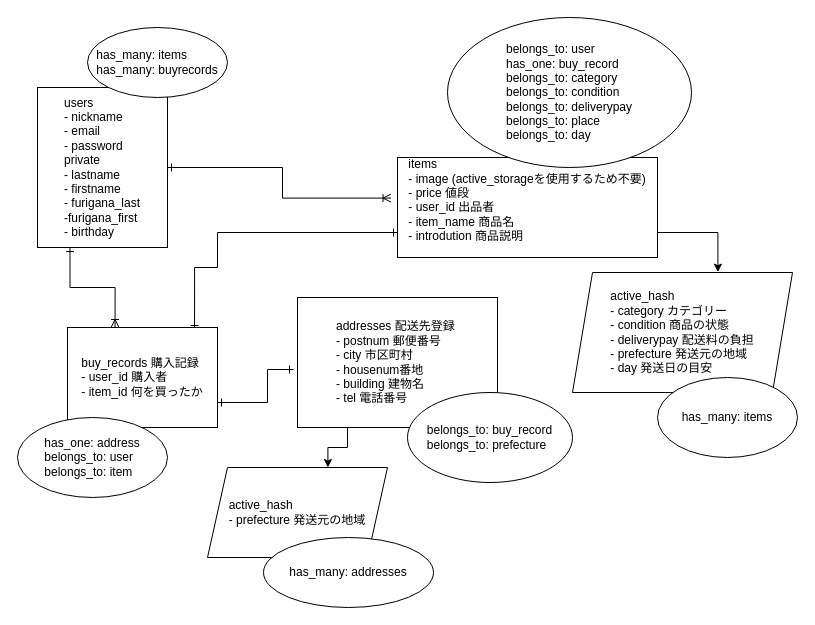
The draw.io diagram furima.dio in okan08/furima-28625, before the edit. Source tidied: cells renumbered, new cells numbered last; positions are measured from the earlier drawing's top-left corner, leaving out a move shared by most shapes. Both pictures are drawn from the tidied source at 100%, with x=0, y=0 at pixel (17, 17).
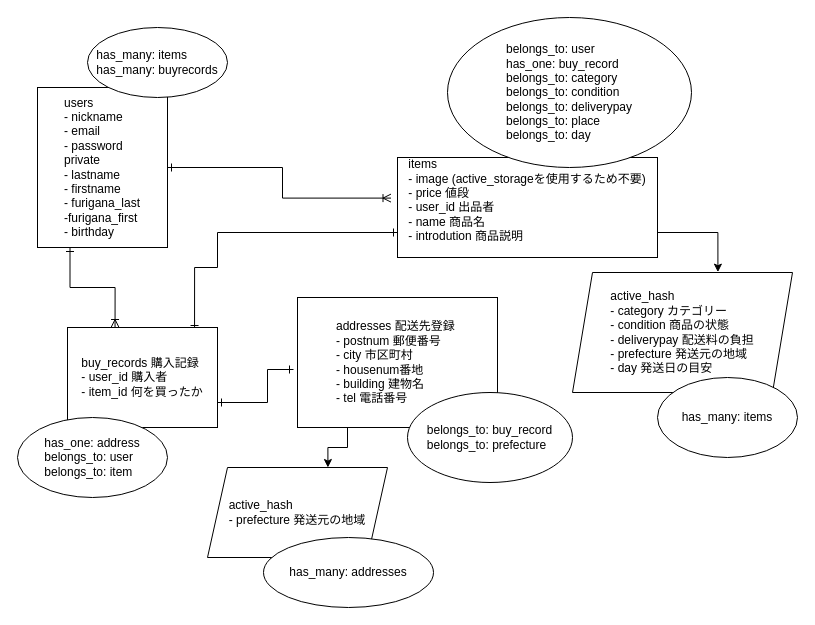
Above is the later version.

Commit message (it also covers changes not shown here):
テーブル設計修正７

The edit, as a diff of the source:
```diff
@@
-    <mxCell id="7" value="&lt;div style=&quot;text-align: justify&quot;&gt;items&lt;/div&gt;&lt;div style=&quot;text-align: justify&quot;&gt;&lt;span&gt;- image (active_storageを使用するため不要)&lt;/span&gt;&lt;/div&gt;&lt;div style=&quot;text-align: justify&quot;&gt;&lt;span&gt;- price 値段&lt;/span&gt;&lt;/div&gt;&lt;div style=&quot;text-align: justify&quot;&gt;&lt;span&gt;- user_id 出品者&lt;/span&gt;&lt;/div&gt;&lt;div style=&quot;text-align: justify&quot;&gt;&lt;span&gt;- item_name 商品名&lt;/span&gt;&lt;/div&gt;&lt;div style=&quot;text-align: justify&quot;&gt;&lt;span&gt;- introdution 商品説明&lt;/span&gt;&lt;/div&gt;&lt;div style=&quot;text-align: justify&quot;&gt;&lt;br&gt;&lt;/div&gt;" style="rounded=0;whiteSpace=wrap;html=1;" parent="1" vertex="1">
+    <mxCell id="7" value="&lt;div style=&quot;text-align: justify&quot;&gt;items&lt;/div&gt;&lt;div style=&quot;text-align: justify&quot;&gt;&lt;span&gt;- image (active_storageを使用するため不要)&lt;/span&gt;&lt;/div&gt;&lt;div style=&quot;text-align: justify&quot;&gt;&lt;span&gt;- price 値段&lt;/span&gt;&lt;/div&gt;&lt;div style=&quot;text-align: justify&quot;&gt;&lt;span&gt;- user_id 出品者&lt;/span&gt;&lt;/div&gt;&lt;div style=&quot;text-align: justify&quot;&gt;&lt;span&gt;- name 商品名&lt;/span&gt;&lt;/div&gt;&lt;div style=&quot;text-align: justify&quot;&gt;&lt;span&gt;- introdution 商品説明&lt;/span&gt;&lt;/div&gt;&lt;div style=&quot;text-align: justify&quot;&gt;&lt;br&gt;&lt;/div&gt;" style="rounded=0;whiteSpace=wrap;html=1;" parent="1" vertex="1">
       <mxGeometry x="380" y="140" width="260" height="100" as="geometry" />
     </mxCell>
```
